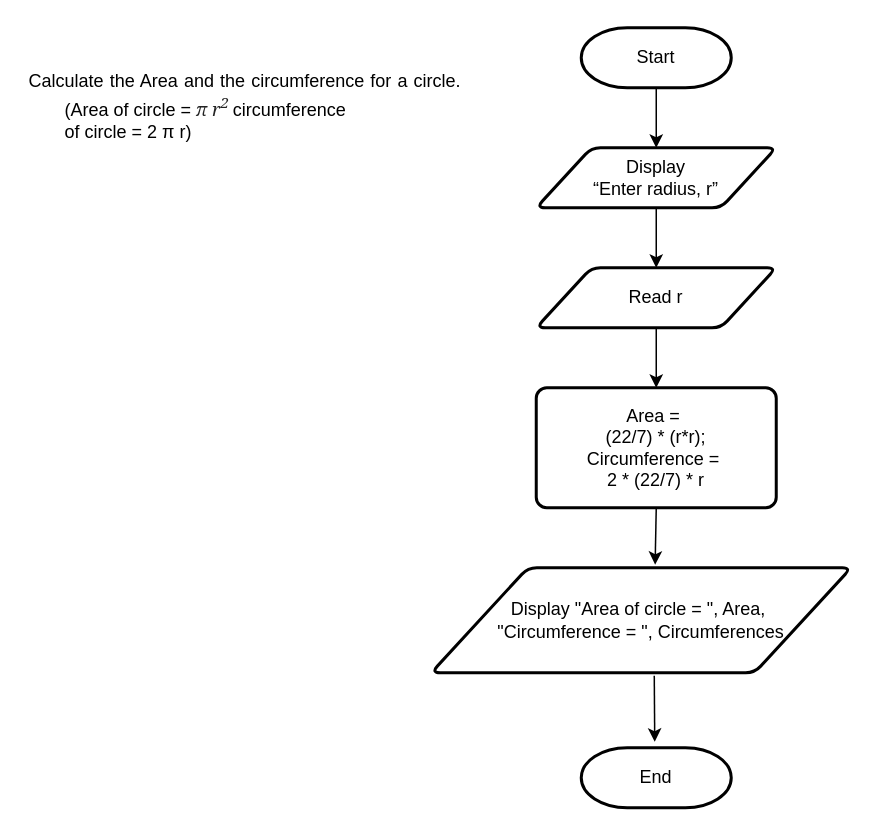
The draw.io diagram page "Question 7" (7 of 9) of Untitled Diagram.drawio in peiYueh/google-sheet-node, before the edit. Source tidied: cells renumbered, new cells numbered last; positions are measured from the earlier drawing's top-left corner, leaving out a move shared by most shapes. Both pictures are drawn from the tidied source at 150%, with x=0, y=0 at pixel (26, 27).
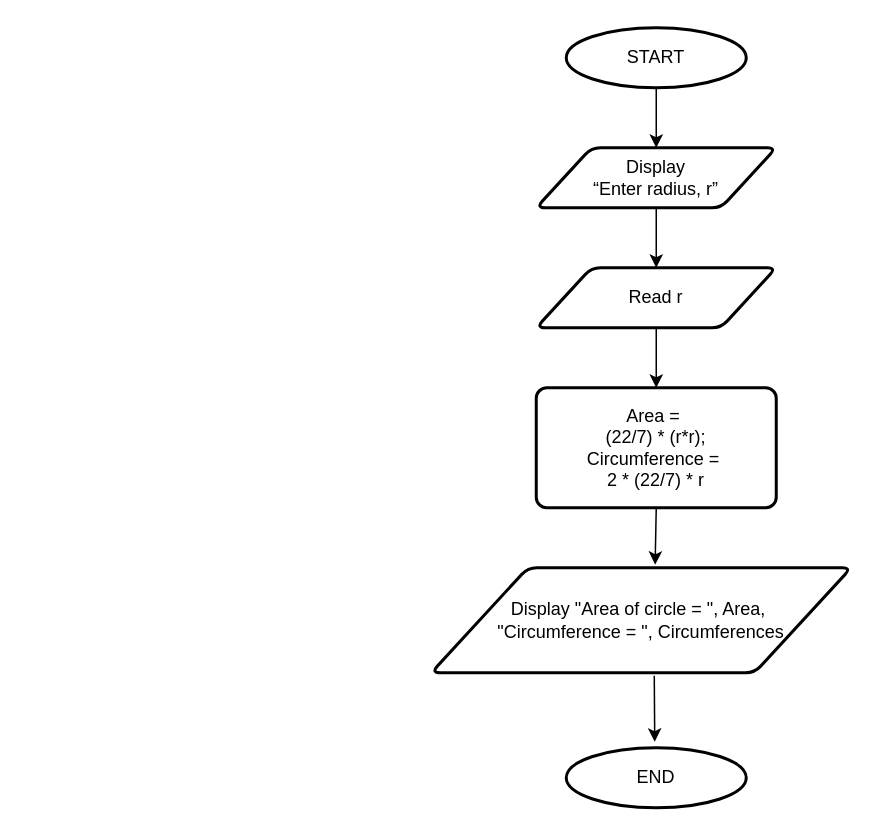
The same diagram, later.

The edit, as a diff of the source:
```diff
@@
 <mxGraphModel>
   <root>
     <mxCell id="0" />
     <mxCell id="1" parent="0" />
     <mxCell id="2" style="edgeStyle=orthogonalEdgeStyle;rounded=0;jettySize=auto;html=1;" parent="1" edge="1" source="3" target="4">
       <mxGeometry relative="1" as="geometry" />
     </mxCell>
     <mxCell id="3" value="Display&lt;br&gt;“Enter radius, r”" style="shape=parallelogram;html=1;strokeWidth=2;perimeter=parallelogramPerimeter;whiteSpace=wrap;rounded=1;arcSize=12;size=0.23;" parent="1" vertex="1">
       <mxGeometry x="340" y="80" width="160" height="40" as="geometry" />
     </mxCell>
     <mxCell id="4" value="Read r" style="shape=parallelogram;html=1;strokeWidth=2;perimeter=parallelogramPerimeter;whiteSpace=wrap;rounded=1;arcSize=12;size=0.23;" parent="1" vertex="1">
       <mxGeometry x="340" y="160" width="160" height="40" as="geometry" />
     </mxCell>
     <mxCell id="5" value="Area =&amp;nbsp;&lt;br&gt;(22/7) * (r*r);&lt;br&gt;Circumference =&amp;nbsp;&lt;br&gt;2 * (22/7) * r" style="rounded=1;whiteSpace=wrap;html=1;absoluteArcSize=1;arcSize=14;strokeWidth=2;" parent="1" vertex="1">
       <mxGeometry x="340" y="240" width="160" height="80" as="geometry" />
     </mxCell>
     <mxCell id="6" value="Display &quot;Area of circle = &quot;, Area,&amp;nbsp;&lt;br&gt;&quot;Circumference = &quot;, Circumferences" style="shape=parallelogram;html=1;strokeWidth=2;perimeter=parallelogramPerimeter;whiteSpace=wrap;rounded=1;arcSize=12;size=0.23;" parent="1" vertex="1">
       <mxGeometry x="270" y="360" width="280" height="70" as="geometry" />
     </mxCell>
-    <mxCell id="7" value="End" style="strokeWidth=2;html=1;shape=mxgraph.flowchart.terminator;whiteSpace=wrap;" parent="1" vertex="1">
-      <mxGeometry x="370" y="480" width="100" height="40" as="geometry" />
-    </mxCell>
-    <mxCell id="8" value="Start" style="strokeWidth=2;html=1;shape=mxgraph.flowchart.terminator;whiteSpace=wrap;" parent="1" vertex="1">
-      <mxGeometry x="370" width="100" height="40" as="geometry" />
-    </mxCell>
-    <mxCell id="9" style="endArrow=classic;html=1;entryX=0.5;entryY=0;entryDx=0;entryDy=0;exitX=0.5;exitY=1;exitDx=0;exitDy=0;exitPerimeter=0;" parent="1" edge="1" source="8" target="3">
-      <mxGeometry relative="1" as="geometry" />
+    <mxCell id="9" style="endArrow=classic;html=1;entryX=0.5;entryY=0;entryDx=0;entryDy=0;exitX=0.5;exitY=1;exitDx=0;exitDy=0;exitPerimeter=0;" parent="1" edge="1" target="3">
+      <mxGeometry relative="1" as="geometry">
+        <mxPoint x="420" y="40" as="sourcePoint" />
+      </mxGeometry>
     </mxCell>
     <mxCell id="10" style="endArrow=classic;html=1;exitX=0.5;exitY=1;exitDx=0;exitDy=0;" parent="1" edge="1" source="4">
       <mxGeometry relative="1" as="geometry">
         <mxPoint x="420" y="240" as="targetPoint" />
       </mxGeometry>
     </mxCell>
     <mxCell id="11" style="endArrow=classic;html=1;exitX=0.5;exitY=1;exitDx=0;exitDy=0;entryX=0.533;entryY=-0.029;entryDx=0;entryDy=0;entryPerimeter=0;" parent="1" edge="1" source="5" target="6">
       <mxGeometry relative="1" as="geometry" />
     </mxCell>
     <mxCell id="12" style="endArrow=classic;html=1;exitX=0.531;exitY=1.029;exitDx=0;exitDy=0;exitPerimeter=0;" parent="1" edge="1" source="6">
       <mxGeometry relative="1" as="geometry">
         <mxPoint x="419" y="476" as="targetPoint" />
       </mxGeometry>
     </mxCell>
-    <mxCell id="13" value="&lt;p class=&quot;MsoListParagraph&quot; style=&quot;margin-left: 18pt ; text-align: justify ; text-indent: -18pt&quot;&gt;&lt;span lang=&quot;EN-US&quot; style=&quot;line-height: 115%&quot;&gt;Calculate the Area and the circumference for a circle. (Area of circle = &lt;/span&gt;&lt;i&gt;&lt;span lang=&quot;EN-US&quot; style=&quot;line-height: 115% ; font-family: &amp;#34;georgia&amp;#34; , serif ; color: rgb(34 , 34 , 34)&quot;&gt;π r&lt;sup&gt;2 &lt;/sup&gt;&lt;/span&gt;&lt;/i&gt;&lt;span lang=&quot;EN-US&quot; style=&quot;line-height: 115%&quot;&gt;circumference&lt;br&gt;of circle = 2 π r)&lt;/span&gt;&lt;/p&gt;" style="text;whiteSpace=wrap;html=1;" parent="1" vertex="1">
-      <mxGeometry y="10" width="290" height="130" as="geometry" />
-    </mxCell>
+    <mxCell id="14" value="START" style="strokeWidth=2;html=1;shape=mxgraph.flowchart.start_1;whiteSpace=wrap;" parent="1" vertex="1">
+      <mxGeometry x="360" width="120" height="40" as="geometry" />
+    </mxCell>
+    <mxCell id="15" value="END" style="strokeWidth=2;html=1;shape=mxgraph.flowchart.start_1;whiteSpace=wrap;" parent="1" vertex="1">
+      <mxGeometry x="360" y="480" width="120" height="40" as="geometry" />
+    </mxCell>
   </root>
 </mxGraphModel>
```
